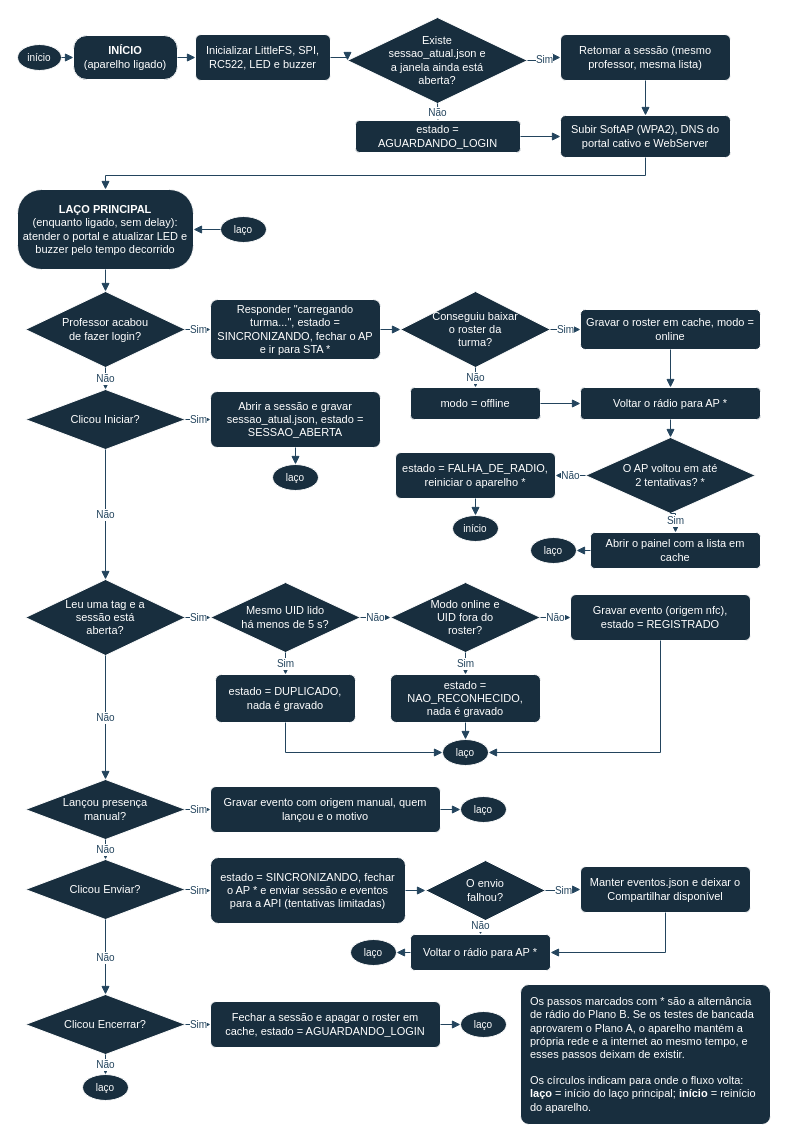
Earlier version of the draw.io diagram docs/fluxograma-logica.drawio (caioplaninschek/presente). Source tidied: cells renumbered, new cells numbered last; positions are measured from the earlier drawing's top-left corner, leaving out a move shared by most shapes. Both pictures are drawn from the tidied source at 100%, with x=0, y=0 at pixel (17, 17).
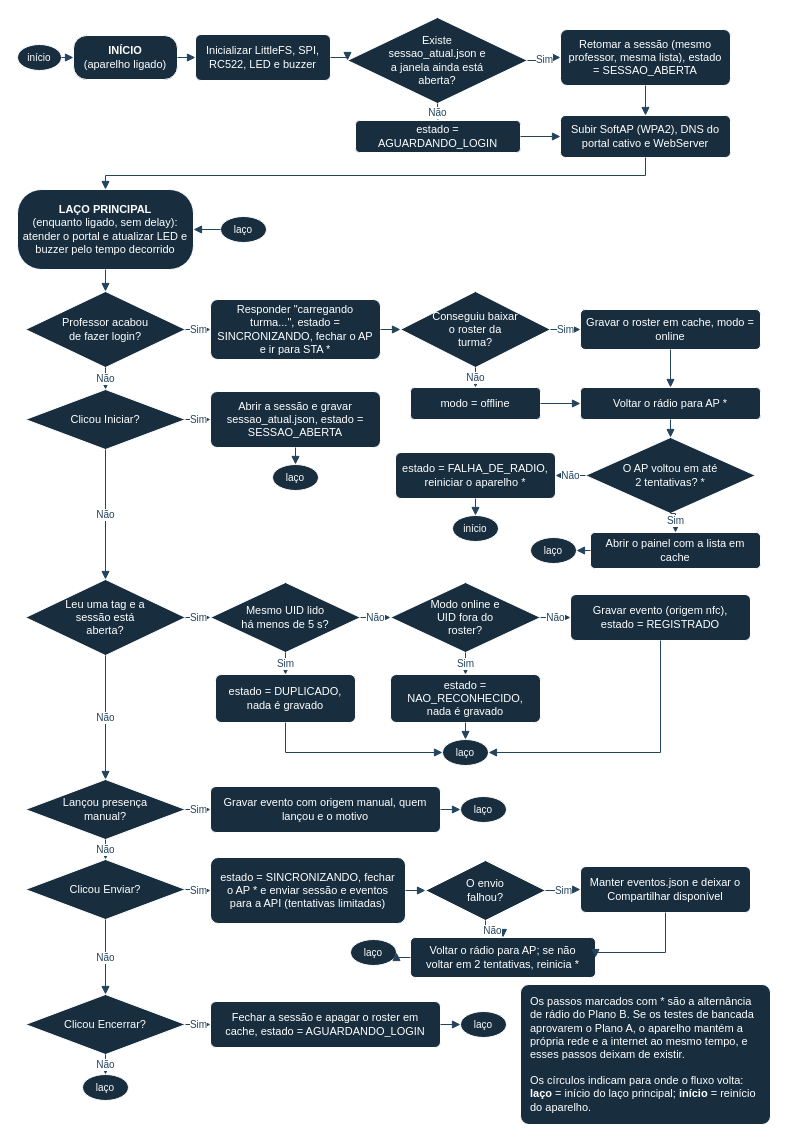
The same diagram, later.

Commit message (it also covers changes not shown here):
Fluxograma: as duas lacunas do 5 no texto das caixas, e a divergencia declarada na Entrega 04

Muda so o texto de duas caixas, sem redesenho: a volta do radio depois do
Enviar diz que reinicia se a rede nao voltar em duas tentativas, e a sessao
retomada no boot diz o estado. O PNG e reexportado. A transcricao da
Entrega 04 declara ao pe que o fluxograma entregue nao tinha essas duas
linhas, e o PDF arquivado continua sendo o que o professor recebeu.

What changed in the source:
```diff
@@
-    <mxCell id="6" value="Retomar a sessão (mesmo professor, mesma lista)" style="whiteSpace=wrap;html=1;fontSize=11;fontColor=#FFFFFF;strokeColor=#FFFFFF;fillColor=#182E3E;rounded=1;arcSize=12;spacingLeft=5;spacingRight=5;" parent="1" vertex="1">
-      <mxGeometry x="543" y="17" width="170" height="46" as="geometry" />
+    <mxCell id="6" value="Retomar a sessão (mesmo professor, mesma lista), estado = SESSAO_ABERTA" style="whiteSpace=wrap;html=1;fontSize=11;fontColor=#FFFFFF;strokeColor=#FFFFFF;fillColor=#182E3E;rounded=1;arcSize=12;spacingLeft=5;spacingRight=5;" parent="1" vertex="1">
+      <mxGeometry x="543" y="12" width="170" height="56" as="geometry" />
     </mxCell>
@@
-    <mxCell id="39" value="Voltar o rádio para AP *" style="whiteSpace=wrap;html=1;fontSize=11;fontColor=#FFFFFF;strokeColor=#FFFFFF;fillColor=#182E3E;rounded=1;arcSize=12;spacingLeft=5;spacingRight=5;" parent="1" vertex="1">
-      <mxGeometry x="393" y="917" width="140" height="36" as="geometry" />
+    <mxCell id="39" value="Voltar o rádio para AP; se não voltar em 2 tentativas, reinicia *" style="whiteSpace=wrap;html=1;fontSize=11;fontColor=#FFFFFF;strokeColor=#FFFFFF;fillColor=#182E3E;rounded=1;arcSize=12;spacingLeft=5;spacingRight=5;" parent="1" vertex="1">
+      <mxGeometry x="393" y="920" width="185" height="40" as="geometry" />
     </mxCell>
```
